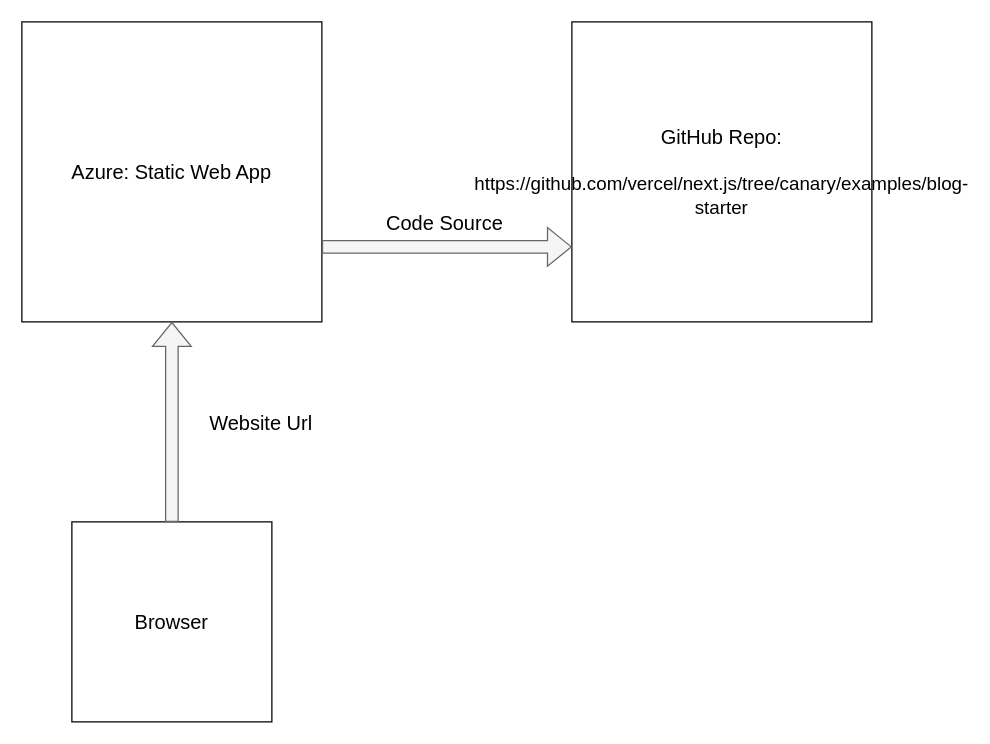
Earlier version of the draw.io diagram Contoso-app.drawio (MBDev2k/PublicStuff). Source tidied: cells renumbered, new cells numbered last; positions are measured from the earlier drawing's top-left corner, leaving out a move shared by most shapes. Both pictures are drawn from the tidied source at 125%, with x=0, y=0 at pixel (21, 21).
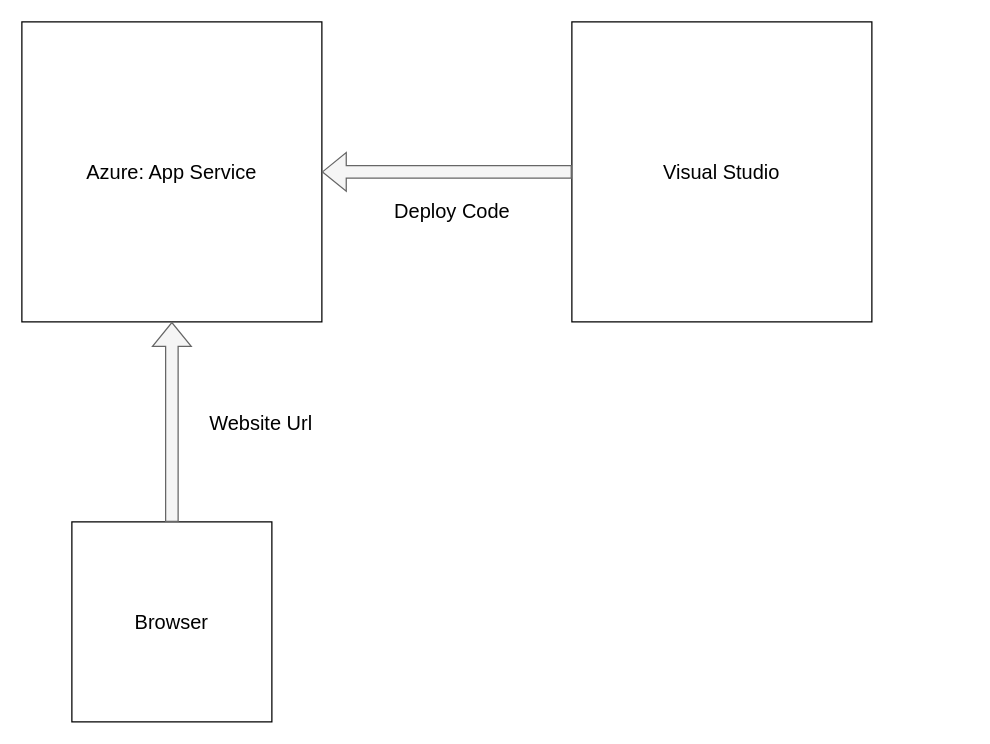
The same page after the edit.

The edit, as a diff of the source:
```diff
@@
 <mxGraphModel>
   <root>
     <mxCell id="0" />
     <mxCell id="1" parent="0" />
-    <mxCell id="2" value="&lt;div&gt;&lt;font style=&quot;font-size: 16px;&quot;&gt;Azure: Static Web App&lt;/font&gt;&lt;/div&gt;" style="whiteSpace=wrap;html=1;" parent="1" vertex="1">
+    <mxCell id="2" value="&lt;div&gt;&lt;font style=&quot;font-size: 16px;&quot;&gt;Azure: App Service&lt;br&gt;&lt;/font&gt;&lt;/div&gt;" style="whiteSpace=wrap;html=1;" parent="1" vertex="1">
       <mxGeometry width="240" height="240" as="geometry" />
     </mxCell>
-    <mxCell id="3" value="&lt;div style=&quot;font-size: 16px;&quot;&gt;&lt;font style=&quot;font-size: 16px;&quot;&gt;GitHub Repo:&lt;/font&gt;&lt;/div&gt;&lt;div style=&quot;font-size: 16px;&quot;&gt;&lt;font style=&quot;font-size: 16px;&quot;&gt;&lt;br&gt;&lt;/font&gt;&lt;/div&gt;&lt;div style=&quot;font-size: 15px;&quot;&gt;&lt;font style=&quot;font-size: 15px;&quot;&gt;https://github.com/vercel/next.js/tree/canary/examples/blog-starter&lt;font style=&quot;font-size: 16px;&quot;&gt;&lt;br&gt;&lt;/font&gt;&lt;/font&gt;&lt;/div&gt;" style="whiteSpace=wrap;html=1;" parent="1" vertex="1">
+    <mxCell id="3" value="&lt;div style=&quot;font-size: 16px;&quot;&gt;&lt;font style=&quot;font-size: 16px;&quot;&gt;Visual Studio&lt;br&gt;&lt;/font&gt;&lt;/div&gt;" style="whiteSpace=wrap;html=1;" parent="1" vertex="1">
       <mxGeometry x="440" width="240" height="240" as="geometry" />
     </mxCell>
-    <mxCell id="4" style="shape=flexArrow;endArrow=classic;html=1;rounded=0;entryX=0;entryY=0.75;entryDx=0;entryDy=0;exitX=1;exitY=0.75;exitDx=0;exitDy=0;fontSize=16;fillColor=#f5f5f5;strokeColor=#666666;" parent="1" edge="1" source="2" target="3">
+    <mxCell id="4" style="shape=flexArrow;endArrow=classic;html=1;rounded=0;entryX=1;entryY=0.5;entryDx=0;entryDy=0;exitX=0;exitY=0.5;exitDx=0;exitDy=0;fontSize=16;fillColor=#f5f5f5;strokeColor=#666666;" parent="1" edge="1" source="3" target="2">
       <mxGeometry relative="1" as="geometry" />
     </mxCell>
-    <mxCell id="5" value="&lt;div style=&quot;font-size: 16px;&quot;&gt;Code Source&lt;/div&gt;" style="edgeLabel;html=1;align=center;verticalAlign=middle;" parent="4" vertex="1">
+    <mxCell id="5" value="&lt;div style=&quot;font-size: 16px;&quot;&gt;Deploy Code&lt;/div&gt;" style="edgeLabel;html=1;align=center;verticalAlign=middle;" parent="4" vertex="1">
       <mxGeometry x="-0.03" y="4" relative="1" as="geometry">
-        <mxPoint y="-16" as="offset" />
+        <mxPoint y="26" as="offset" />
       </mxGeometry>
     </mxCell>
     <mxCell id="6" value="&lt;font style=&quot;font-size: 16px;&quot;&gt;Browser&lt;/font&gt;" style="whiteSpace=wrap;html=1;" parent="1" vertex="1">
       <mxGeometry x="40" y="400" width="160" height="160" as="geometry" />
     </mxCell>
     <mxCell id="7" style="shape=flexArrow;endArrow=classic;html=1;rounded=0;entryX=0.5;entryY=1;entryDx=0;entryDy=0;exitX=0.5;exitY=0;exitDx=0;exitDy=0;fontSize=16;fillColor=#f5f5f5;strokeColor=#666666;" parent="1" edge="1" source="6" target="2">
       <mxGeometry relative="1" as="geometry" />
     </mxCell>
     <mxCell id="8" value="&lt;div&gt;&lt;font style=&quot;font-size: 16px;&quot;&gt;Website Url&lt;/font&gt;&lt;/div&gt;" style="edgeLabel;html=1;align=center;verticalAlign=middle;" parent="7" vertex="1">
       <mxGeometry x="-0.03" y="4" relative="1" as="geometry">
         <mxPoint x="74" y="-2" as="offset" />
       </mxGeometry>
     </mxCell>
   </root>
 </mxGraphModel>
```
